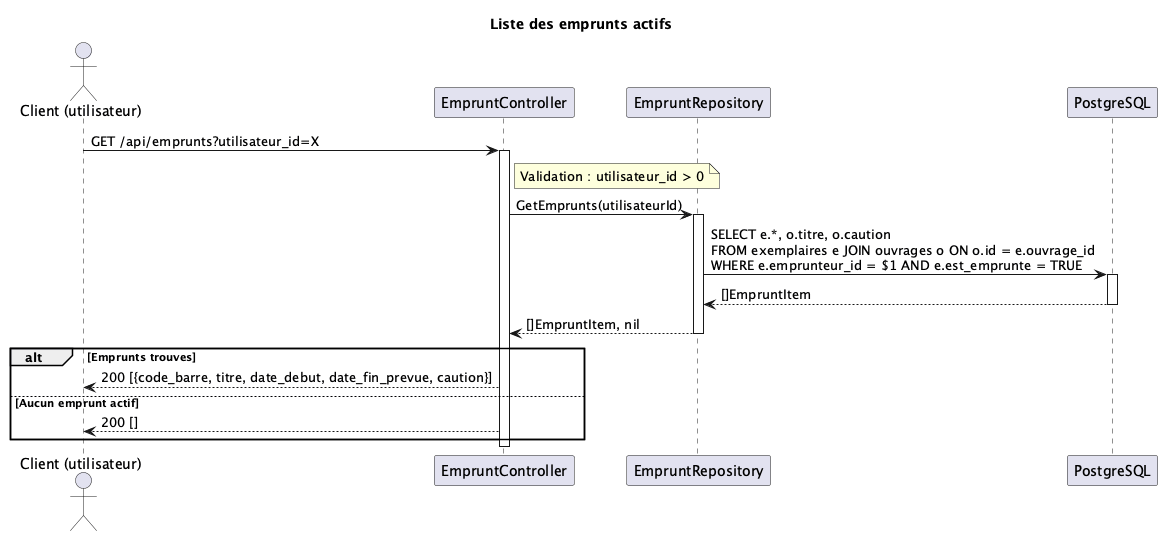
Above: back/diagrams/06_lister_emprunts.png in eadl-jaffre/bibliotheque (PlantUML), before the change.
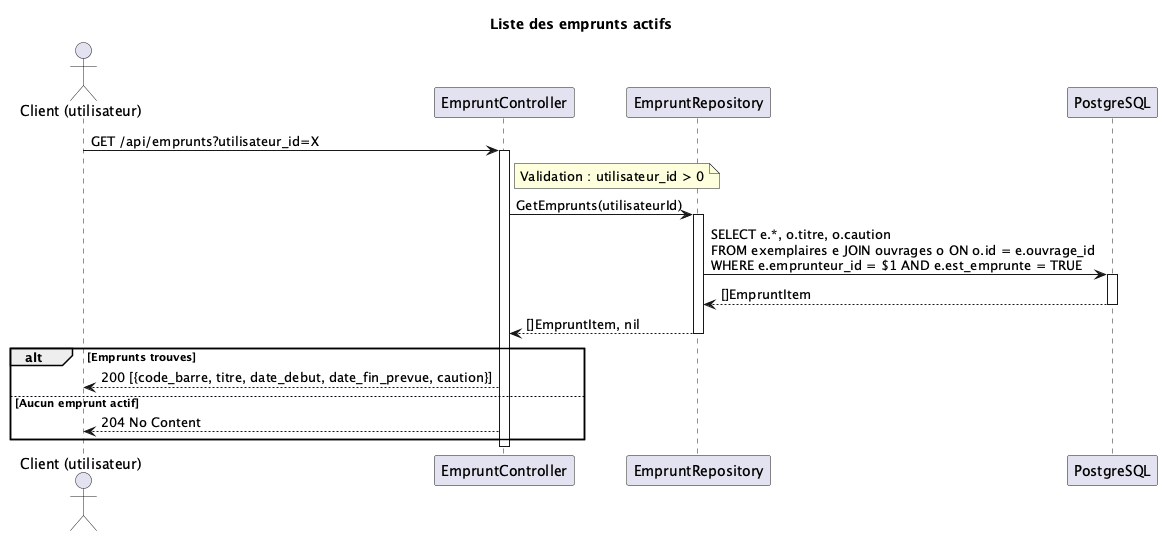
The same file after the commit.

Change to the diagram source:
```diff
@@ -20,7 +20,7 @@
 alt Emprunts trouves
 CTL --> C : 200 [{code_barre, titre, date_debut, date_fin_prevue, caution}]
 else Aucun emprunt actif
-CTL --> C : 200 []
+CTL --> C : 204 No Content
 end
 deactivate CTL
 @enduml
```
